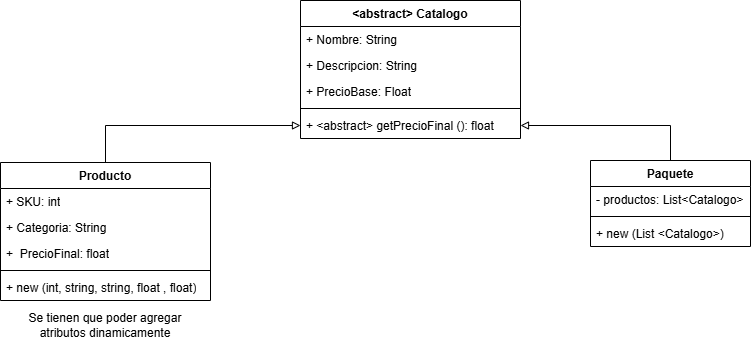
Earlier version of the draw.io export Inciso2.1.png (saenzlucas/UNQShop). Source tidied: cells renumbered, new cells last; positions are measured from the earlier drawing's top-left corner, leaving out a move shared by most shapes. Its diagram source:
```xml
<mxGraphModel>
  <root>
    <mxCell id="0" />
    <mxCell id="1" parent="0" />
    <mxCell id="2" style="edgeStyle=orthogonalEdgeStyle;rounded=0;jettySize=auto;html=1;endArrow=block;endFill=0;" parent="1" edge="1" source="3" target="14">
      <mxGeometry relative="1" as="geometry" />
    </mxCell>
    <mxCell id="3" value="Producto" style="swimlane;fontStyle=1;align=center;verticalAlign=top;horizontal=1;startSize=26;whiteSpace=wrap;html=1;" parent="1" vertex="1">
      <mxGeometry y="162" width="210" height="138" as="geometry" />
    </mxCell>
    <mxCell id="4" value="+ SKU: int" style="text;strokeColor=none;fillColor=none;align=left;verticalAlign=top;spacingLeft=4;spacingRight=4;overflow=hidden;whiteSpace=wrap;html=1;" parent="3" vertex="1">
      <mxGeometry y="26" width="210" height="26" as="geometry" />
    </mxCell>
    <mxCell id="5" value="+ Categoria: String" style="text;strokeColor=none;fillColor=none;align=left;verticalAlign=top;spacingLeft=4;spacingRight=4;overflow=hidden;whiteSpace=wrap;html=1;" parent="3" vertex="1">
      <mxGeometry y="52" width="210" height="26" as="geometry" />
    </mxCell>
    <mxCell id="6" value="+&amp;nbsp; PrecioFinal: float" style="text;strokeColor=none;fillColor=none;align=left;verticalAlign=top;spacingLeft=4;spacingRight=4;overflow=hidden;whiteSpace=wrap;html=1;" parent="3" vertex="1">
      <mxGeometry y="78" width="210" height="26" as="geometry" />
    </mxCell>
    <mxCell id="7" style="line;strokeWidth=1;fillColor=none;align=left;verticalAlign=middle;spacingTop=-1;spacingLeft=3;spacingRight=3;labelPosition=right;strokeColor=inherit;" parent="3" vertex="1">
      <mxGeometry y="104" width="210" height="8" as="geometry" />
    </mxCell>
    <mxCell id="8" value="+ new (int, string, string, float , float)" style="text;strokeColor=none;fillColor=none;align=left;verticalAlign=top;spacingLeft=4;spacingRight=4;overflow=hidden;whiteSpace=wrap;html=1;" parent="3" vertex="1">
      <mxGeometry y="112" width="210" height="26" as="geometry" />
    </mxCell>
    <mxCell id="9" value="&amp;lt;&lt;span style=&quot;background-color: transparent; color: light-dark(rgb(0, 0, 0), rgb(255, 255, 255));&quot;&gt;abstract&amp;gt; Catalogo&lt;/span&gt;" style="swimlane;fontStyle=1;align=center;verticalAlign=top;horizontal=1;startSize=26;whiteSpace=wrap;html=1;" parent="1" vertex="1">
      <mxGeometry x="300" width="220" height="138" as="geometry" />
    </mxCell>
    <mxCell id="10" value="+ Nombre: String" style="text;strokeColor=none;fillColor=none;align=left;verticalAlign=top;spacingLeft=4;spacingRight=4;overflow=hidden;whiteSpace=wrap;html=1;" parent="9" vertex="1">
      <mxGeometry y="26" width="220" height="26" as="geometry" />
    </mxCell>
    <mxCell id="11" value="+ Descripcion: String" style="text;strokeColor=none;fillColor=none;align=left;verticalAlign=top;spacingLeft=4;spacingRight=4;overflow=hidden;whiteSpace=wrap;html=1;" parent="9" vertex="1">
      <mxGeometry y="52" width="220" height="26" as="geometry" />
    </mxCell>
    <mxCell id="12" value="+ PrecioBase: Float" style="text;strokeColor=none;fillColor=none;align=left;verticalAlign=top;spacingLeft=4;spacingRight=4;overflow=hidden;whiteSpace=wrap;html=1;" parent="9" vertex="1">
      <mxGeometry y="78" width="220" height="26" as="geometry" />
    </mxCell>
    <mxCell id="13" style="line;strokeWidth=1;fillColor=none;align=left;verticalAlign=middle;spacingTop=-1;spacingLeft=3;spacingRight=3;labelPosition=right;strokeColor=inherit;" parent="9" vertex="1">
      <mxGeometry y="104" width="220" height="8" as="geometry" />
    </mxCell>
    <mxCell id="14" value="+ &amp;lt;abstract&amp;gt; getPrecioFinal (): float" style="text;strokeColor=none;fillColor=none;align=left;verticalAlign=top;spacingLeft=4;spacingRight=4;overflow=hidden;points=[[0,0.5],[1,0.5]];portConstraint=eastwest;whiteSpace=wrap;html=1;" parent="9" vertex="1">
      <mxGeometry y="112" width="220" height="26" as="geometry" />
    </mxCell>
    <mxCell id="15" value="Se tienen que poder agregar atributos dinamicamente" style="text;html=1;whiteSpace=wrap;strokeColor=none;fillColor=none;align=center;verticalAlign=middle;rounded=0;" parent="1" vertex="1">
      <mxGeometry x="15" y="310" width="180" height="30" as="geometry" />
    </mxCell>
    <mxCell id="16" style="edgeStyle=orthogonalEdgeStyle;rounded=0;jettySize=auto;html=1;endArrow=block;endFill=0;" parent="1" edge="1" source="17" target="14">
      <mxGeometry relative="1" as="geometry" />
    </mxCell>
    <mxCell id="17" value="Paquete" style="swimlane;fontStyle=1;align=center;verticalAlign=top;horizontal=1;startSize=26;whiteSpace=wrap;html=1;" parent="1" vertex="1">
      <mxGeometry x="590" y="160" width="160" height="86" as="geometry" />
    </mxCell>
    <mxCell id="18" value="- productos: List&amp;lt;Catalogo&amp;gt;" style="text;strokeColor=none;fillColor=none;align=left;verticalAlign=top;spacingLeft=4;spacingRight=4;overflow=hidden;whiteSpace=wrap;html=1;" parent="17" vertex="1">
      <mxGeometry y="26" width="160" height="26" as="geometry" />
    </mxCell>
    <mxCell id="19" style="line;strokeWidth=1;fillColor=none;align=left;verticalAlign=middle;spacingTop=-1;spacingLeft=3;spacingRight=3;labelPosition=right;strokeColor=inherit;" parent="17" vertex="1">
      <mxGeometry y="52" width="160" height="8" as="geometry" />
    </mxCell>
    <mxCell id="20" value="+ new (List &amp;lt;Catalogo&amp;gt;)" style="text;strokeColor=none;fillColor=none;align=left;verticalAlign=top;spacingLeft=4;spacingRight=4;overflow=hidden;whiteSpace=wrap;html=1;" parent="17" vertex="1">
      <mxGeometry y="60" width="160" height="26" as="geometry" />
    </mxCell>
  </root>
</mxGraphModel>
```
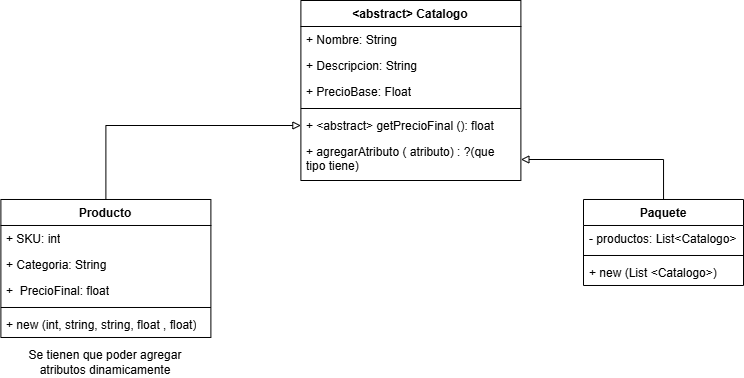
The same file after the commit.

The edit, as a diff of the source:
```diff
@@ -6,7 +6,7 @@
       <mxGeometry relative="1" as="geometry" />
     </mxCell>
     <mxCell id="3" value="Producto" style="swimlane;fontStyle=1;align=center;verticalAlign=top;horizontal=1;startSize=26;whiteSpace=wrap;html=1;" parent="1" vertex="1">
-      <mxGeometry y="162" width="210" height="138" as="geometry" />
+      <mxGeometry x="177.4" y="639" width="210" height="138" as="geometry" />
     </mxCell>
     <mxCell id="4" value="+ SKU: int" style="text;strokeColor=none;fillColor=none;align=left;verticalAlign=top;spacingLeft=4;spacingRight=4;overflow=hidden;whiteSpace=wrap;html=1;" parent="3" vertex="1">
       <mxGeometry y="26" width="210" height="26" as="geometry" />
@@ -24,7 +24,7 @@
       <mxGeometry y="112" width="210" height="26" as="geometry" />
     </mxCell>
     <mxCell id="9" value="&amp;lt;&lt;span style=&quot;background-color: transparent; color: light-dark(rgb(0, 0, 0), rgb(255, 255, 255));&quot;&gt;abstract&amp;gt; Catalogo&lt;/span&gt;" style="swimlane;fontStyle=1;align=center;verticalAlign=top;horizontal=1;startSize=26;whiteSpace=wrap;html=1;" parent="1" vertex="1">
-      <mxGeometry x="300" width="220" height="138" as="geometry" />
+      <mxGeometry x="477.4" y="440" width="220" height="180" as="geometry" />
     </mxCell>
     <mxCell id="10" value="+ Nombre: String" style="text;strokeColor=none;fillColor=none;align=left;verticalAlign=top;spacingLeft=4;spacingRight=4;overflow=hidden;whiteSpace=wrap;html=1;" parent="9" vertex="1">
       <mxGeometry y="26" width="220" height="26" as="geometry" />
@@ -38,17 +38,20 @@
     <mxCell id="13" style="line;strokeWidth=1;fillColor=none;align=left;verticalAlign=middle;spacingTop=-1;spacingLeft=3;spacingRight=3;labelPosition=right;strokeColor=inherit;" parent="9" vertex="1">
       <mxGeometry y="104" width="220" height="8" as="geometry" />
     </mxCell>
-    <mxCell id="14" value="+ &amp;lt;abstract&amp;gt; getPrecioFinal (): float" style="text;strokeColor=none;fillColor=none;align=left;verticalAlign=top;spacingLeft=4;spacingRight=4;overflow=hidden;points=[[0,0.5],[1,0.5]];portConstraint=eastwest;whiteSpace=wrap;html=1;" parent="9" vertex="1">
+    <mxCell id="14" value="+ &amp;lt;abstract&amp;gt; getPrecioFinal (): float&lt;div&gt;&lt;br&gt;&lt;/div&gt;" style="text;strokeColor=none;fillColor=none;align=left;verticalAlign=top;spacingLeft=4;spacingRight=4;overflow=hidden;points=[[0,0.5],[1,0.5]];portConstraint=eastwest;whiteSpace=wrap;html=1;" parent="9" vertex="1">
       <mxGeometry y="112" width="220" height="26" as="geometry" />
     </mxCell>
+    <mxCell id="21" value="&lt;div&gt;+ agregarAtributo ( atributo) &lt;span style=&quot;color: light-dark(rgb(0, 0, 0), rgb(255, 255, 255)); background-color: transparent;&quot;&gt;: ?(que tipo tiene)&lt;/span&gt;&lt;/div&gt;" style="text;strokeColor=none;fillColor=none;align=left;verticalAlign=top;spacingLeft=4;spacingRight=4;overflow=hidden;points=[[0,0.5],[1,0.5]];portConstraint=eastwest;whiteSpace=wrap;html=1;" parent="9" vertex="1">
+      <mxGeometry y="138" width="220" height="42" as="geometry" />
+    </mxCell>
     <mxCell id="15" value="Se tienen que poder agregar atributos dinamicamente" style="text;html=1;whiteSpace=wrap;strokeColor=none;fillColor=none;align=center;verticalAlign=middle;rounded=0;" parent="1" vertex="1">
-      <mxGeometry x="15" y="310" width="180" height="30" as="geometry" />
+      <mxGeometry x="192.4" y="787" width="180" height="30" as="geometry" />
     </mxCell>
-    <mxCell id="16" style="edgeStyle=orthogonalEdgeStyle;rounded=0;jettySize=auto;html=1;endArrow=block;endFill=0;" parent="1" edge="1" source="17" target="14">
-      <mxGeometry relative="1" as="geometry" />
-    </mxCell>
+    <mxCell id="22" style="edgeStyle=orthogonalEdgeStyle;rounded=0;jettySize=auto;html=1;endArrow=block;endFill=0;" parent="1" edge="1" source="17" target="21">
+      <mxGeometry relative="1" as="geometry" />
+    </mxCell>
     <mxCell id="17" value="Paquete" style="swimlane;fontStyle=1;align=center;verticalAlign=top;horizontal=1;startSize=26;whiteSpace=wrap;html=1;" parent="1" vertex="1">
-      <mxGeometry x="590" y="160" width="160" height="86" as="geometry" />
+      <mxGeometry x="760" y="639" width="160" height="86" as="geometry" />
     </mxCell>
     <mxCell id="18" value="- productos: List&amp;lt;Catalogo&amp;gt;" style="text;strokeColor=none;fillColor=none;align=left;verticalAlign=top;spacingLeft=4;spacingRight=4;overflow=hidden;whiteSpace=wrap;html=1;" parent="17" vertex="1">
       <mxGeometry y="26" width="160" height="26" as="geometry" />
```
